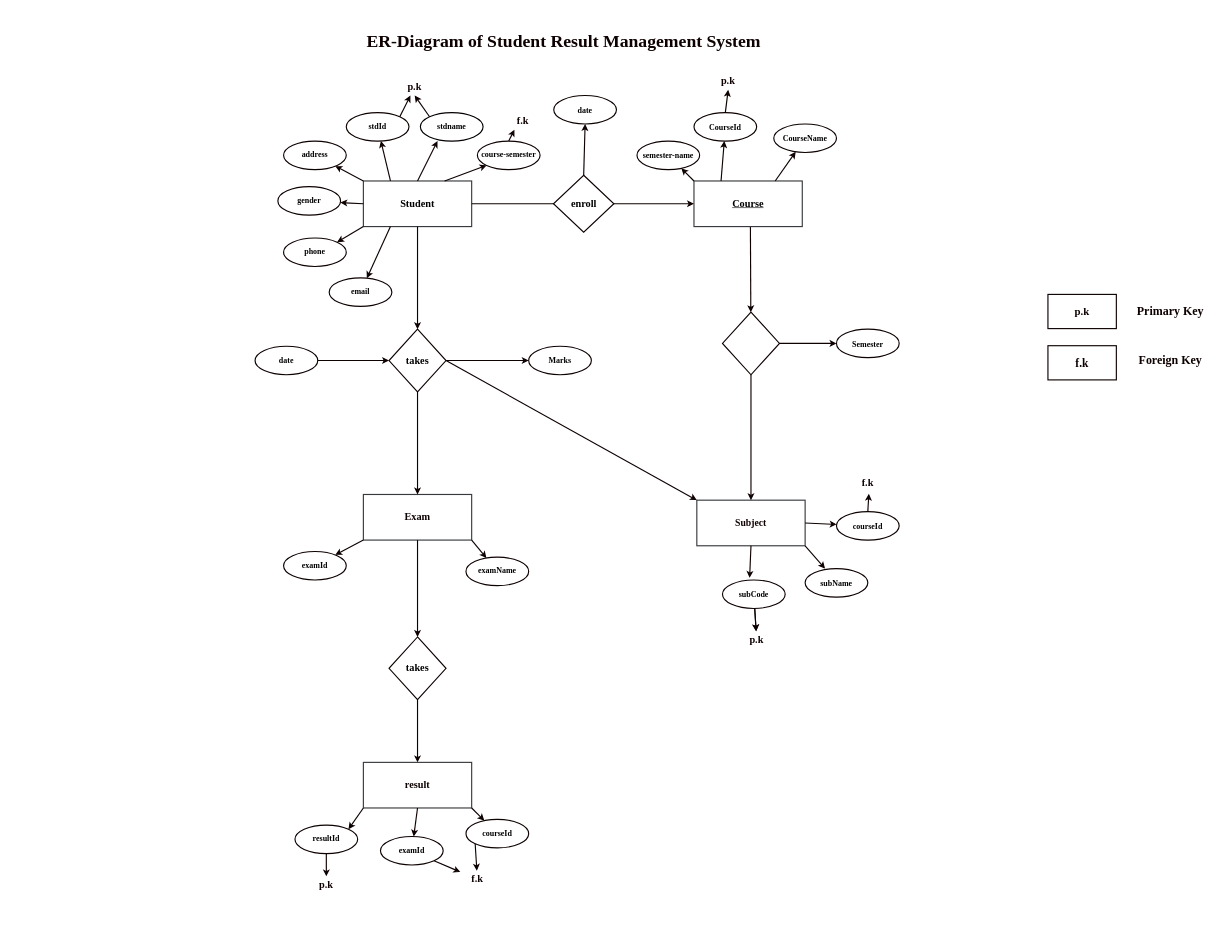
Earlier version of the draw.io diagram schemas/.drawio (dipeshdeula/Project-I). Source tidied: cells renumbered, new cells numbered last; positions are measured from the earlier drawing's top-left corner, leaving out a move shared by most shapes. Both pictures are drawn from the tidied source at 57%, with x=0, y=0 at pixel (255, 10).
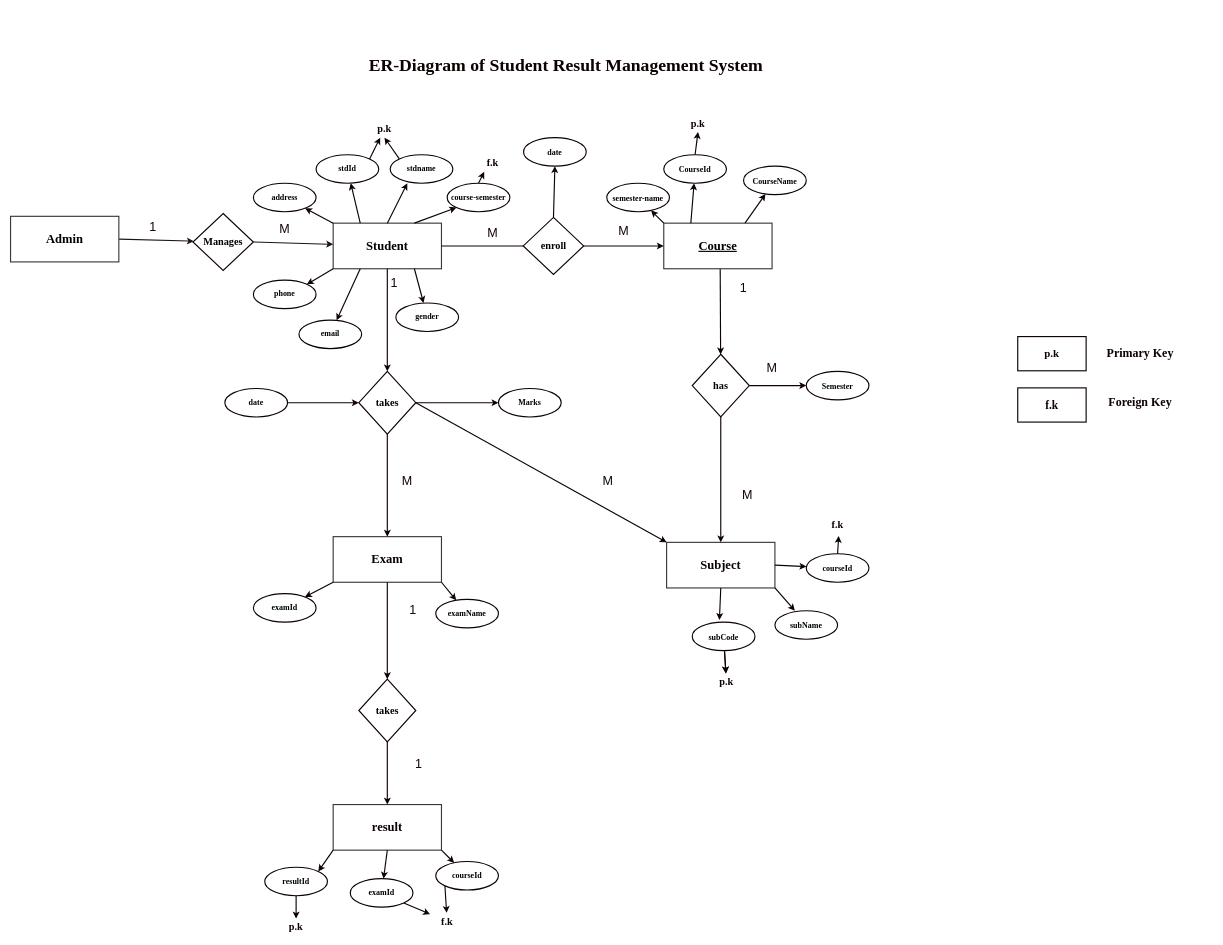
After the change.

The edit, as a diff of the source:
```diff
@@
+    <mxCell id="87" style="group;" parent="1" vertex="1">
+      <mxGeometry x="-429" y="74" width="2057" height="1550" as="geometry" />
+    </mxCell>
-    <mxCell id="2" style="group;" parent="1" vertex="1">
-      <mxGeometry width="1681" height="1550" as="geometry" />
+    <mxCell id="2" style="group;" parent="87" vertex="1">
+      <mxGeometry x="376" width="1681" height="1550" as="geometry" />
     </mxCell>
-    <mxCell id="3" value="&lt;font style=&quot;font-size: 18px;&quot; face=&quot;Times New Roman&quot; color=&quot;#000000&quot;&gt;&lt;b&gt;Student&lt;/b&gt;&lt;/font&gt;" style="whiteSpace=wrap;html=1;fillColor=#FFFFFF;strokeColor=#36393d;strokeWidth=2;" parent="2" vertex="1">
+    <mxCell id="3" value="&lt;font size=&quot;1&quot; style=&quot;&quot; face=&quot;Times New Roman&quot; color=&quot;#000000&quot;&gt;&lt;b style=&quot;font-size: 22px;&quot;&gt;Student&lt;/b&gt;&lt;/font&gt;" style="whiteSpace=wrap;html=1;fillColor=#FFFFFF;strokeColor=#36393d;strokeWidth=2;" parent="2" vertex="1">
       <mxGeometry x="190" y="300" width="190" height="80" as="geometry" />
     </mxCell>
-    <mxCell id="4" value="&lt;font color=&quot;#0e0101&quot; style=&quot;font-size: 17px;&quot; face=&quot;Times New Roman&quot;&gt;&lt;b&gt;Subject&lt;/b&gt;&lt;/font&gt;" style="whiteSpace=wrap;html=1;fillColor=#FFFFFF;strokeColor=#36393d;strokeWidth=2;" parent="2" vertex="1">
+    <mxCell id="4" value="&lt;font size=&quot;1&quot; color=&quot;#0e0101&quot; style=&quot;&quot; face=&quot;Times New Roman&quot;&gt;&lt;b style=&quot;font-size: 22px;&quot;&gt;Subject&lt;/b&gt;&lt;/font&gt;" style="whiteSpace=wrap;html=1;fillColor=#FFFFFF;strokeColor=#36393d;strokeWidth=2;" parent="2" vertex="1">
       <mxGeometry x="775" y="860" width="190" height="80" as="geometry" />
     </mxCell>
@@
-    <mxCell id="6" value="&lt;font color=&quot;#000000&quot; style=&quot;font-size: 18px;&quot; face=&quot;Times New Roman&quot;&gt;&lt;b&gt;&lt;u&gt;Course&lt;/u&gt;&lt;/b&gt;&lt;/font&gt;" style="whiteSpace=wrap;html=1;fillColor=#FFFFFF;strokeColor=#36393d;strokestyle=dotted;strokeWidth=2;" parent="2" vertex="1">
+    <mxCell id="6" value="&lt;font size=&quot;1&quot; color=&quot;#000000&quot; style=&quot;&quot; face=&quot;Times New Roman&quot;&gt;&lt;b style=&quot;&quot;&gt;&lt;u style=&quot;font-size: 22px;&quot;&gt;Course&lt;/u&gt;&lt;/b&gt;&lt;/font&gt;" style="whiteSpace=wrap;html=1;fillColor=#FFFFFF;strokeColor=#36393d;strokestyle=dotted;strokeWidth=2;" parent="2" vertex="1">
       <mxGeometry x="770" y="300" width="190" height="80" as="geometry" />
     </mxCell>
@@
     <mxCell id="16" value="&lt;font style=&quot;font-size: 14px;&quot; face=&quot;Times New Roman&quot; color=&quot;#000000&quot;&gt;&lt;b&gt;gender&lt;/b&gt;&lt;/font&gt;" style="ellipse;whiteSpace=wrap;html=1;fillColor=#ffffff;strokeWidth=2;strokeColor=#0e0101;" parent="2" vertex="1">
-      <mxGeometry x="40" y="310" width="110" height="50" as="geometry" />
+      <mxGeometry x="300" y="440" width="110" height="50" as="geometry" />
     </mxCell>
-    <mxCell id="17" style="edgeStyle=none;html=1;exitX=0;exitY=0.5;exitDx=0;exitDy=0;strokeColor=#0e0101;strokeWidth=2;fontFamily=Times New Roman;fontSize=14;fontColor=#000000;" parent="2" edge="1" source="3" target="16">
+    <mxCell id="17" style="edgeStyle=none;html=1;exitX=0.75;exitY=1;exitDx=0;exitDy=0;strokeColor=#0e0101;strokeWidth=2;fontFamily=Times New Roman;fontSize=14;fontColor=#000000;" parent="2" edge="1" source="3" target="16">
       <mxGeometry relative="1" as="geometry" />
     </mxCell>
@@
-    <mxCell id="23" value="&#10;&lt;span style=&quot;font-size:11.0pt;mso-bidi-font-size:10.0pt;&#10;line-height:107%;font-family:&amp;quot;Calibri&amp;quot;,sans-serif;mso-ascii-theme-font:minor-latin;&#10;mso-fareast-font-family:Calibri;mso-fareast-theme-font:minor-latin;mso-hansi-theme-font:&#10;minor-latin;mso-bidi-font-family:Mangal;mso-ansi-language:EN-US;mso-fareast-language:&#10;EN-US;mso-bidi-language:NE;mso-no-proof:yes&quot;&gt;&#10; &#10; &#10;  &#10;  &#10;  &#10;  &#10;  &#10;  &#10;  &#10;  &#10;  &#10;  &#10;  &#10;  &#10; &#10; &#10; &#10;&#10; &#10;&lt;/span&gt;&#10;&#10;&#10;&#10;" style="rhombus;whiteSpace=wrap;html=1;strokeColor=#0e0101;strokeWidth=2;fontFamily=Times New Roman;fontSize=18;fontColor=#000000;fillColor=#ffffff;" parent="2" vertex="1">
+    <mxCell id="23" value="&lt;b&gt;has&lt;/b&gt;" style="rhombus;whiteSpace=wrap;html=1;strokeColor=#0e0101;strokeWidth=2;fontFamily=Times New Roman;fontSize=18;fontColor=#000000;fillColor=#ffffff;" parent="2" vertex="1">
       <mxGeometry x="820" y="530" width="100" height="110" as="geometry" />
     </mxCell>
@@
-    <mxCell id="38" value="&lt;font color=&quot;#0d0202&quot; style=&quot;font-size: 18px;&quot; face=&quot;Times New Roman&quot;&gt;&lt;b&gt;Exam&lt;/b&gt;&lt;/font&gt;" style="whiteSpace=wrap;html=1;fillColor=#FFFFFF;strokeColor=#36393d;strokeWidth=2;" parent="2" vertex="1">
+    <mxCell id="38" value="&lt;font size=&quot;1&quot; color=&quot;#0d0202&quot; style=&quot;&quot; face=&quot;Times New Roman&quot;&gt;&lt;b style=&quot;font-size: 22px;&quot;&gt;Exam&lt;/b&gt;&lt;/font&gt;" style="whiteSpace=wrap;html=1;fillColor=#FFFFFF;strokeColor=#36393d;strokeWidth=2;" parent="2" vertex="1">
       <mxGeometry x="190" y="850" width="190" height="80" as="geometry" />
     </mxCell>
@@
-    <mxCell id="54" value="&lt;font color=&quot;#0d0202&quot; style=&quot;font-size: 18px;&quot; face=&quot;Times New Roman&quot;&gt;&lt;b&gt;result&lt;/b&gt;&lt;/font&gt;" style="whiteSpace=wrap;html=1;fillColor=#FFFFFF;strokeColor=#36393d;strokeWidth=2;" parent="2" vertex="1">
+    <mxCell id="54" value="&lt;font size=&quot;1&quot; color=&quot;#0d0202&quot; style=&quot;&quot; face=&quot;Times New Roman&quot;&gt;&lt;b style=&quot;font-size: 22px;&quot;&gt;result&lt;/b&gt;&lt;/font&gt;" style="whiteSpace=wrap;html=1;fillColor=#FFFFFF;strokeColor=#36393d;strokeWidth=2;" parent="2" vertex="1">
       <mxGeometry x="190" y="1320" width="190" height="80" as="geometry" />
     </mxCell>
@@
-    <mxCell id="81" value="&lt;b&gt;&lt;font style=&quot;font-size: 31px;&quot;&gt;ER-Diagram of Student Result Management System&lt;/font&gt;&lt;/b&gt;" style="text;strokeColor=none;align=center;fillColor=none;html=1;verticalAlign=middle;whiteSpace=wrap;rounded=0;strokeWidth=2;fontFamily=Times New Roman;fontSize=21;fontColor=#0e0101;" parent="2" vertex="1">
-      <mxGeometry x="177" width="728.5" height="110" as="geometry" />
-    </mxCell>
@@
+    <mxCell id="88" style="edgeStyle=none;html=1;exitX=1;exitY=0.5;exitDx=0;exitDy=0;strokeColor=#201313;strokeWidth=2;fontSize=22;" parent="2" edge="1" source="89" target="3">
+      <mxGeometry relative="1" as="geometry" />
+    </mxCell>
+    <mxCell id="89" value="&lt;b&gt;Manages&lt;/b&gt;" style="rhombus;whiteSpace=wrap;html=1;strokeColor=#0e0101;strokeWidth=2;fontFamily=Times New Roman;fontSize=18;fontColor=#000000;fillColor=#ffffff;" parent="2" vertex="1">
+      <mxGeometry x="-56" y="283" width="106" height="100" as="geometry" />
+    </mxCell>
+    <mxCell id="90" value="&lt;font color=&quot;#150404&quot;&gt;M&lt;/font&gt;" style="text;strokeColor=none;align=center;fillColor=none;html=1;verticalAlign=middle;whiteSpace=wrap;rounded=0;labelBackgroundColor=#ffffff;fontSize=22;" parent="2" vertex="1">
+      <mxGeometry x="75" y="296" width="60" height="30" as="geometry" />
+    </mxCell>
+    <mxCell id="91" value="&lt;font color=&quot;#150404&quot;&gt;M&lt;/font&gt;" style="text;strokeColor=none;align=center;fillColor=none;html=1;verticalAlign=middle;whiteSpace=wrap;rounded=0;labelBackgroundColor=#ffffff;fontSize=22;" parent="2" vertex="1">
+      <mxGeometry x="440" y="303" width="60" height="30" as="geometry" />
+    </mxCell>
+    <mxCell id="92" value="&lt;font color=&quot;#150404&quot;&gt;M&lt;/font&gt;" style="text;strokeColor=none;align=center;fillColor=none;html=1;verticalAlign=middle;whiteSpace=wrap;rounded=0;labelBackgroundColor=#ffffff;fontSize=22;" parent="2" vertex="1">
+      <mxGeometry x="670" y="300" width="60" height="30" as="geometry" />
+    </mxCell>
+    <mxCell id="93" value="&lt;font color=&quot;#150404&quot;&gt;1&lt;/font&gt;" style="text;strokeColor=none;align=center;fillColor=none;html=1;verticalAlign=middle;whiteSpace=wrap;rounded=0;labelBackgroundColor=#ffffff;fontSize=22;" parent="2" vertex="1">
+      <mxGeometry x="267" y="390" width="60" height="30" as="geometry" />
+    </mxCell>
+    <mxCell id="94" value="&lt;font color=&quot;#150404&quot;&gt;M&lt;/font&gt;" style="text;strokeColor=none;align=center;fillColor=none;html=1;verticalAlign=middle;whiteSpace=wrap;rounded=0;labelBackgroundColor=#ffffff;fontSize=22;" parent="2" vertex="1">
+      <mxGeometry x="290" y="738" width="60" height="30" as="geometry" />
+    </mxCell>
+    <mxCell id="95" value="&lt;font color=&quot;#150404&quot;&gt;1&lt;/font&gt;" style="text;strokeColor=none;align=center;fillColor=none;html=1;verticalAlign=middle;whiteSpace=wrap;rounded=0;labelBackgroundColor=#ffffff;fontSize=22;" parent="2" vertex="1">
+      <mxGeometry x="300" y="964" width="60" height="30" as="geometry" />
+    </mxCell>
+    <mxCell id="96" value="&lt;font color=&quot;#150404&quot;&gt;1&lt;/font&gt;" style="text;strokeColor=none;align=center;fillColor=none;html=1;verticalAlign=middle;whiteSpace=wrap;rounded=0;labelBackgroundColor=#ffffff;fontSize=22;" parent="2" vertex="1">
+      <mxGeometry x="310" y="1234" width="60" height="30" as="geometry" />
+    </mxCell>
+    <mxCell id="97" value="&lt;font color=&quot;#150404&quot;&gt;M&lt;/font&gt;" style="text;strokeColor=none;align=center;fillColor=none;html=1;verticalAlign=middle;whiteSpace=wrap;rounded=0;labelBackgroundColor=#ffffff;fontSize=22;" parent="2" vertex="1">
+      <mxGeometry x="642" y="738" width="60" height="30" as="geometry" />
+    </mxCell>
+    <mxCell id="98" value="&lt;font color=&quot;#150404&quot;&gt;M&lt;/font&gt;" style="text;strokeColor=none;align=center;fillColor=none;html=1;verticalAlign=middle;whiteSpace=wrap;rounded=0;labelBackgroundColor=#ffffff;fontSize=22;" parent="2" vertex="1">
+      <mxGeometry x="930" y="539" width="60" height="30" as="geometry" />
+    </mxCell>
+    <mxCell id="99" value="&lt;font color=&quot;#150404&quot;&gt;1&lt;/font&gt;" style="text;strokeColor=none;align=center;fillColor=none;html=1;verticalAlign=middle;whiteSpace=wrap;rounded=0;labelBackgroundColor=#ffffff;fontSize=22;" parent="2" vertex="1">
+      <mxGeometry x="880" y="400" width="60" height="30" as="geometry" />
+    </mxCell>
+    <mxCell id="100" value="&lt;font color=&quot;#150404&quot;&gt;M&lt;/font&gt;" style="text;strokeColor=none;align=center;fillColor=none;html=1;verticalAlign=middle;whiteSpace=wrap;rounded=0;labelBackgroundColor=#ffffff;fontSize=22;" parent="2" vertex="1">
+      <mxGeometry x="887" y="763" width="60" height="30" as="geometry" />
+    </mxCell>
+    <mxCell id="81" value="&lt;b&gt;&lt;font style=&quot;font-size: 31px;&quot;&gt;ER-Diagram of Student Result Management System&lt;/font&gt;&lt;/b&gt;" style="text;strokeColor=none;align=center;fillColor=none;html=1;verticalAlign=middle;whiteSpace=wrap;rounded=0;strokeWidth=2;fontFamily=Times New Roman;fontSize=21;fontColor=#0e0101;" parent="2" vertex="1">
+      <mxGeometry x="119" y="-32" width="959" height="110" as="geometry" />
+    </mxCell>
+    <mxCell id="101" style="edgeStyle=none;html=1;exitX=1;exitY=0.5;exitDx=0;exitDy=0;strokeColor=#201313;strokeWidth=2;fontSize=22;" parent="87" edge="1" source="102" target="89">
+      <mxGeometry relative="1" as="geometry" />
+    </mxCell>
+    <mxCell id="102" value="&lt;font size=&quot;1&quot; style=&quot;&quot; face=&quot;Times New Roman&quot; color=&quot;#000000&quot;&gt;&lt;b style=&quot;font-size: 22px;&quot;&gt;Admin&lt;/b&gt;&lt;/font&gt;" style="whiteSpace=wrap;html=1;fillColor=#FFFFFF;strokeColor=#36393d;strokeWidth=2;" parent="87" vertex="1">
+      <mxGeometry y="288" width="190" height="80" as="geometry" />
+    </mxCell>
+    <mxCell id="103" value="&lt;font color=&quot;#150404&quot;&gt;1&lt;/font&gt;" style="text;strokeColor=none;align=center;fillColor=none;html=1;verticalAlign=middle;whiteSpace=wrap;rounded=0;labelBackgroundColor=#ffffff;fontSize=22;" parent="87" vertex="1">
+      <mxGeometry x="220" y="293" width="60" height="30" as="geometry" />
+    </mxCell>
```
